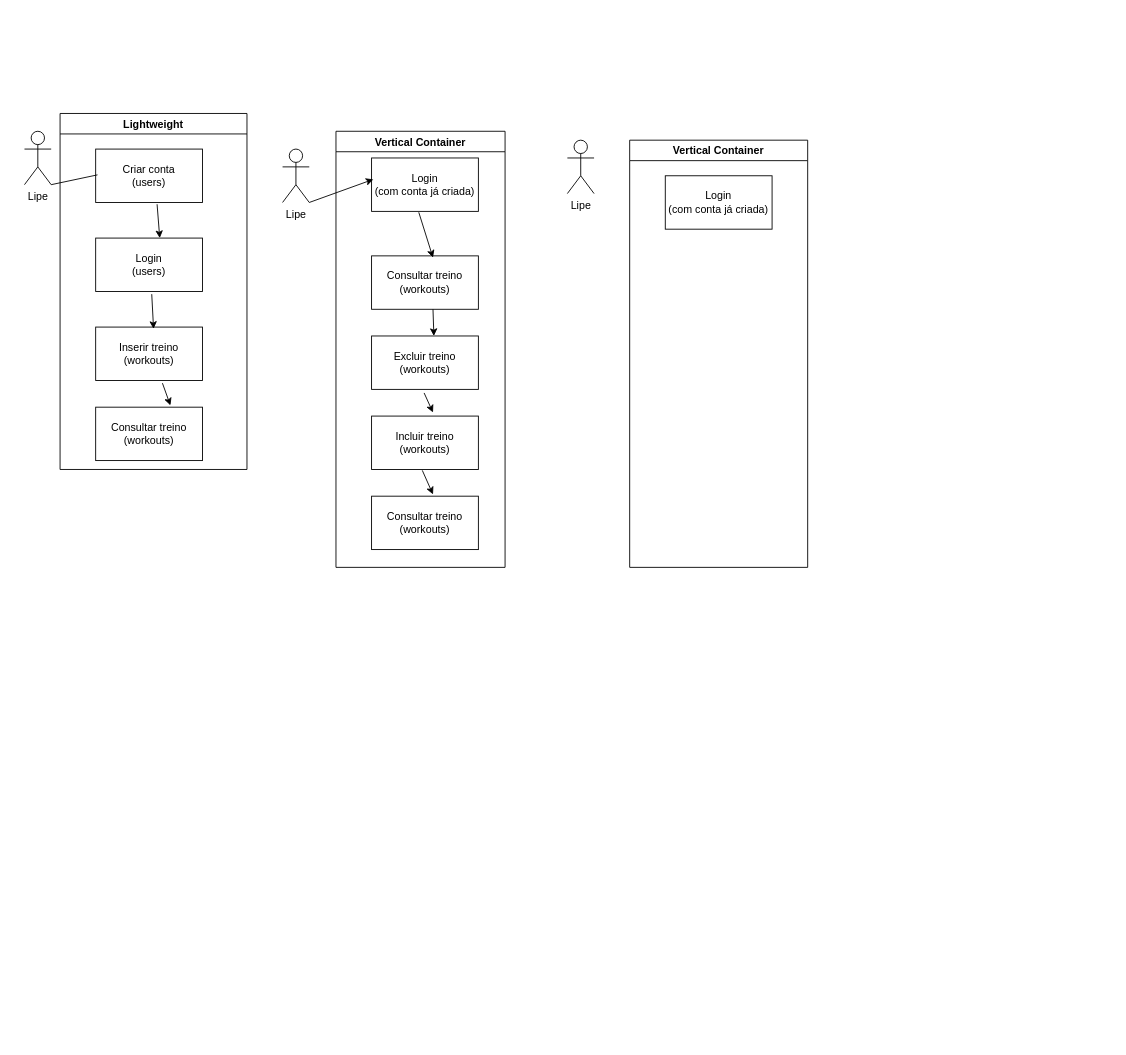
The draw.io diagram Docs/Database/Untitled Diagram.drawio in Guilherme-Lopes-dev/Lightweight, before the edit. Source tidied: cells renumbered, new cells numbered last; positions are measured from the earlier drawing's top-left corner, leaving out a move shared by most shapes. Both pictures are drawn from the tidied source at 89%, with x=0, y=0 at pixel (24, 113).
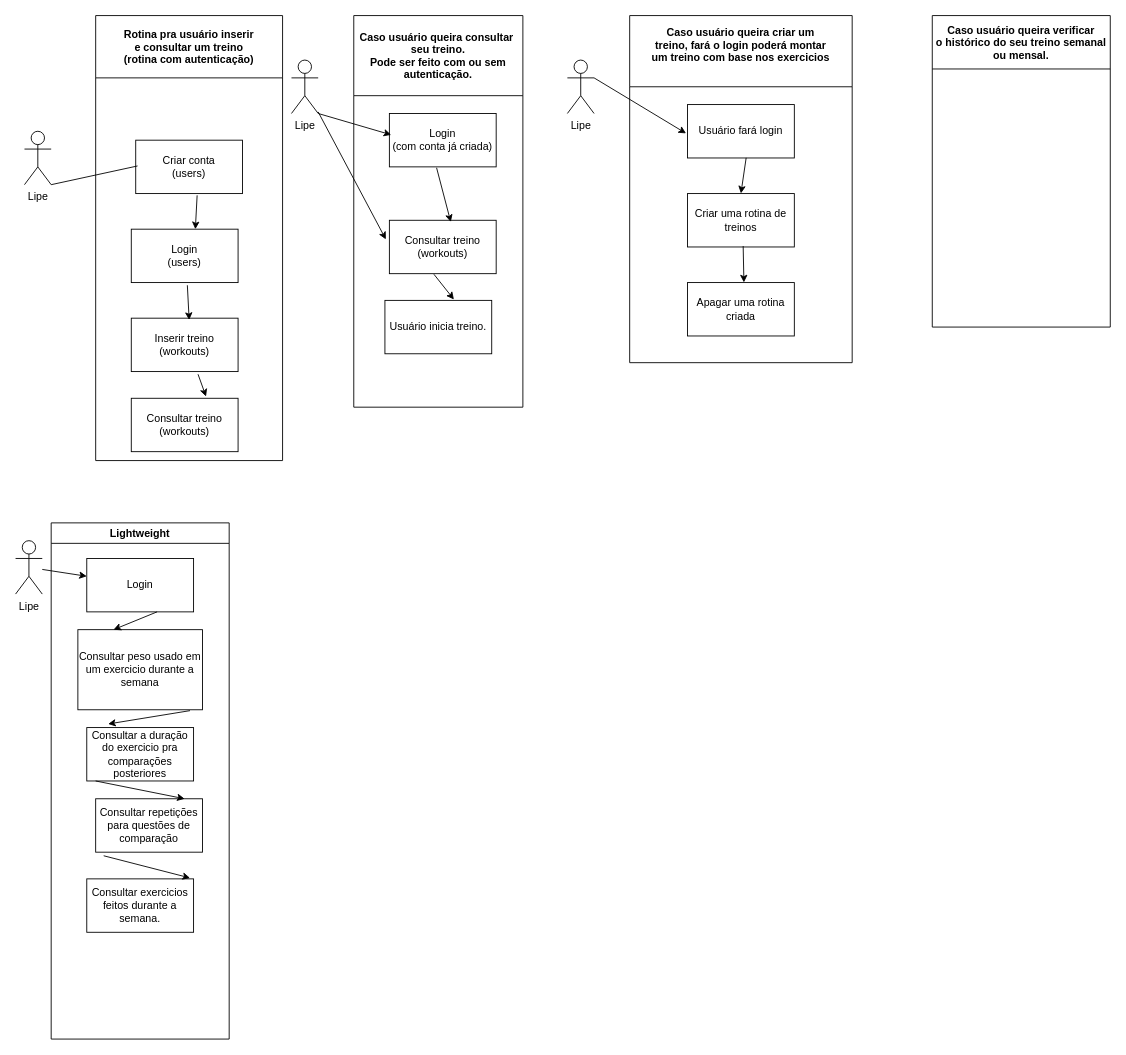
The same page after the edit.

Change to the diagram source:
```diff
@@
-    <mxCell id="3" value="Lightweight" style="swimlane;" parent="1" vertex="1">
-      <mxGeometry x="40" width="210" height="400" as="geometry" />
+    <mxCell id="3" value="Rotina pra usuário inserir&#10;e consultar um treino&#10;(rotina com autenticação)" style="swimlane;startSize=70;" parent="1" vertex="1">
+      <mxGeometry x="80" y="-110" width="210" height="500" as="geometry" />
     </mxCell>
     <mxCell id="4" value="Inserir treino&lt;br&gt;(workouts)&lt;br&gt;" style="rounded=0;whiteSpace=wrap;html=1;" parent="3" vertex="1">
-      <mxGeometry x="40" y="240" width="120" height="60" as="geometry" />
+      <mxGeometry x="40" y="340" width="120" height="60" as="geometry" />
     </mxCell>
     <mxCell id="5" value="Consultar treino&lt;br&gt;(workouts)" style="rounded=0;whiteSpace=wrap;html=1;" parent="3" vertex="1">
-      <mxGeometry x="40" y="330" width="120" height="60" as="geometry" />
+      <mxGeometry x="40" y="430" width="120" height="60" as="geometry" />
     </mxCell>
@@
     <mxCell id="7" value="Criar conta&lt;br&gt;(users)" style="rounded=0;whiteSpace=wrap;html=1;" parent="3" vertex="1">
-      <mxGeometry x="40" y="40" width="120" height="60" as="geometry" />
+      <mxGeometry x="45" y="140" width="120" height="60" as="geometry" />
     </mxCell>
     <mxCell id="8" value="Login&lt;br&gt;(users)" style="rounded=0;whiteSpace=wrap;html=1;" parent="3" vertex="1">
-      <mxGeometry x="40" y="140" width="120" height="60" as="geometry" />
+      <mxGeometry x="40" y="240" width="120" height="60" as="geometry" />
     </mxCell>
@@
     <mxCell id="12" value="Lipe&lt;br&gt;" style="shape=umlActor;verticalLabelPosition=bottom;verticalAlign=top;html=1;outlineConnect=0;" parent="1" vertex="1">
-      <mxGeometry x="290" y="40" width="30" height="60" as="geometry" />
+      <mxGeometry x="300" y="-60" width="30" height="60" as="geometry" />
     </mxCell>
-    <mxCell id="13" value="Vertical Container" style="swimlane;" parent="1" vertex="1">
-      <mxGeometry x="350" y="20" width="190" height="490" as="geometry" />
+    <mxCell id="13" value="Caso usuário queira consultar &#10;seu treino.&#10;Pode ser feito com ou sem&#10;autenticação." style="swimlane;startSize=90;" parent="1" vertex="1">
+      <mxGeometry x="370" y="-110" width="190" height="440" as="geometry" />
     </mxCell>
     <mxCell id="14" value="Login&lt;br&gt;(com conta já criada)&lt;br&gt;" style="rounded=0;whiteSpace=wrap;html=1;" parent="13" vertex="1">
-      <mxGeometry x="40" y="30" width="120" height="60" as="geometry" />
+      <mxGeometry x="40" y="110" width="120" height="60" as="geometry" />
     </mxCell>
     <mxCell id="15" value="Consultar treino&lt;br&gt;(workouts)" style="rounded=0;whiteSpace=wrap;html=1;" parent="13" vertex="1">
-      <mxGeometry x="40" y="140" width="120" height="60" as="geometry" />
+      <mxGeometry x="40" y="230" width="120" height="60" as="geometry" />
     </mxCell>
-    <mxCell id="16" value="Excluir treino&lt;br&gt;(workouts)" style="rounded=0;whiteSpace=wrap;html=1;" parent="13" vertex="1">
-      <mxGeometry x="40" y="230" width="120" height="60" as="geometry" />
-    </mxCell>
-    <mxCell id="17" value="Incluir treino&lt;br&gt;(workouts)" style="rounded=0;whiteSpace=wrap;html=1;" parent="13" vertex="1">
-      <mxGeometry x="40" y="320" width="120" height="60" as="geometry" />
-    </mxCell>
-    <mxCell id="18" value="Consultar treino&lt;br&gt;(workouts)" style="rounded=0;whiteSpace=wrap;html=1;" parent="13" vertex="1">
-      <mxGeometry x="40" y="410" width="120" height="60" as="geometry" />
-    </mxCell>
@@
-    <mxCell id="20" style="endArrow=classic;html=1;rounded=0;exitX=0.575;exitY=1;exitDx=0;exitDy=0;exitPerimeter=0;" parent="13" edge="1" source="15">
-      <mxGeometry relative="1" as="geometry">
-        <mxPoint x="110" y="230" as="targetPoint" />
-        <Array as="points">
-          <mxPoint x="110" y="230" />
-        </Array>
-      </mxGeometry>
-    </mxCell>
-    <mxCell id="21" style="endArrow=classic;html=1;rounded=0;exitX=0.492;exitY=1.067;exitDx=0;exitDy=0;exitPerimeter=0;entryX=0.575;entryY=-0.067;entryDx=0;entryDy=0;entryPerimeter=0;" parent="13" edge="1" source="16" target="17">
-      <mxGeometry relative="1" as="geometry" />
-    </mxCell>
-    <mxCell id="22" style="endArrow=classic;html=1;rounded=0;exitX=0.475;exitY=1.017;exitDx=0;exitDy=0;exitPerimeter=0;entryX=0.575;entryY=-0.033;entryDx=0;entryDy=0;entryPerimeter=0;" parent="13" edge="1" source="17" target="18">
-      <mxGeometry relative="1" as="geometry" />
-    </mxCell>
+    <mxCell id="27" value="Usuário inicia treino." style="rounded=0;whiteSpace=wrap;html=1;" parent="13" vertex="1">
+      <mxGeometry x="35" y="320" width="120" height="60" as="geometry" />
+    </mxCell>
+    <mxCell id="28" style="endArrow=classic;html=1;rounded=0;exitX=0.417;exitY=1.011;exitDx=0;exitDy=0;exitPerimeter=0;entryX=0.646;entryY=-0.017;entryDx=0;entryDy=0;entryPerimeter=0;" parent="13" edge="1" source="15" target="27">
+      <mxGeometry relative="1" as="geometry" />
+    </mxCell>
@@
-    <mxCell id="24" value="Lipe&lt;br&gt;" style="shape=umlActor;verticalLabelPosition=bottom;verticalAlign=top;html=1;" parent="1" vertex="1">
-      <mxGeometry x="610" y="30" width="30" height="60" as="geometry" />
-    </mxCell>
-    <mxCell id="25" value="Vertical Container" style="swimlane;" parent="1" vertex="1">
-      <mxGeometry x="680" y="30" width="200" height="480" as="geometry" />
-    </mxCell>
-    <mxCell id="26" value="Login&lt;br&gt;(com conta já criada)" style="rounded=0;whiteSpace=wrap;html=1;" parent="25" vertex="1">
-      <mxGeometry x="40" y="40" width="120" height="60" as="geometry" />
-    </mxCell>
+    <mxCell id="29" value="Lipe&lt;br&gt;" style="shape=umlActor;verticalLabelPosition=bottom;verticalAlign=top;html=1;outlineConnect=0;" parent="1" vertex="1">
+      <mxGeometry x="-10" y="480" width="30" height="60" as="geometry" />
+    </mxCell>
+    <mxCell id="30" value="Lightweight" style="swimlane;startSize=23;" parent="1" vertex="1">
+      <mxGeometry x="30" y="460" width="200" height="580" as="geometry" />
+    </mxCell>
+    <mxCell id="31" value="Login" style="rounded=0;whiteSpace=wrap;html=1;" parent="30" vertex="1">
+      <mxGeometry x="40" y="40" width="120" height="60" as="geometry" />
+    </mxCell>
+    <mxCell id="32" value="Consultar peso usado em um exercicio durante a semana&lt;br&gt;" style="rounded=0;whiteSpace=wrap;html=1;" parent="30" vertex="1">
+      <mxGeometry x="30" y="120" width="140" height="90" as="geometry" />
+    </mxCell>
+    <mxCell id="33" value="Consultar a duração do exercicio pra comparações posteriores" style="rounded=0;whiteSpace=wrap;html=1;" parent="30" vertex="1">
+      <mxGeometry x="40" y="230" width="120" height="60" as="geometry" />
+    </mxCell>
+    <mxCell id="34" value="Consultar repetições para questões de comparação" style="rounded=0;whiteSpace=wrap;html=1;" parent="30" vertex="1">
+      <mxGeometry x="50" y="310" width="120" height="60" as="geometry" />
+    </mxCell>
+    <mxCell id="35" value="Consultar exercicios feitos durante a semana." style="rounded=0;whiteSpace=wrap;html=1;" parent="30" vertex="1">
+      <mxGeometry x="40" y="400" width="120" height="60" as="geometry" />
+    </mxCell>
+    <mxCell id="36" style="endArrow=classic;html=1;rounded=0;exitX=0.658;exitY=1;exitDx=0;exitDy=0;exitPerimeter=0;entryX=0.286;entryY=0;entryDx=0;entryDy=0;entryPerimeter=0;" parent="30" edge="1" source="31" target="32">
+      <mxGeometry relative="1" as="geometry" />
+    </mxCell>
+    <mxCell id="37" style="endArrow=classic;html=1;rounded=0;exitX=0.9;exitY=1.011;exitDx=0;exitDy=0;exitPerimeter=0;entryX=0.2;entryY=-0.067;entryDx=0;entryDy=0;entryPerimeter=0;" parent="30" edge="1" source="32" target="33">
+      <mxGeometry relative="1" as="geometry" />
+    </mxCell>
+    <mxCell id="38" style="endArrow=classic;html=1;rounded=0;exitX=0.083;exitY=1;exitDx=0;exitDy=0;exitPerimeter=0;entryX=0.833;entryY=0;entryDx=0;entryDy=0;entryPerimeter=0;" parent="30" edge="1" source="33" target="34">
+      <mxGeometry relative="1" as="geometry" />
+    </mxCell>
+    <mxCell id="39" style="endArrow=classic;html=1;rounded=0;entryX=0.967;entryY=-0.017;entryDx=0;entryDy=0;entryPerimeter=0;exitX=0.075;exitY=1.067;exitDx=0;exitDy=0;exitPerimeter=0;" parent="30" edge="1" source="34" target="35">
+      <mxGeometry relative="1" as="geometry" />
+    </mxCell>
+    <mxCell id="40" style="endArrow=classic;html=1;rounded=0;" parent="1" edge="1" source="29">
+      <mxGeometry relative="1" as="geometry">
+        <mxPoint x="70" y="520" as="targetPoint" />
+      </mxGeometry>
+    </mxCell>
+    <mxCell id="41" value="Caso usuário queira criar um&#10;treino, fará o login poderá montar&#10;um treino com base nos exercicios&#10;" style="swimlane;startSize=80;" parent="1" vertex="1">
+      <mxGeometry x="680" y="-110" width="250" height="390" as="geometry" />
+    </mxCell>
+    <mxCell id="42" value="Usuário fará login" style="rounded=0;whiteSpace=wrap;html=1;gradientColor=none;" parent="41" vertex="1">
+      <mxGeometry x="65" y="100" width="120" height="60" as="geometry" />
+    </mxCell>
+    <mxCell id="43" value="Criar uma rotina de treinos" style="rounded=0;whiteSpace=wrap;html=1;" parent="41" vertex="1">
+      <mxGeometry x="65" y="200" width="120" height="60" as="geometry" />
+    </mxCell>
+    <mxCell id="44" value="Apagar uma rotina criada" style="rounded=0;whiteSpace=wrap;html=1;" parent="41" vertex="1">
+      <mxGeometry x="65" y="300" width="120" height="60" as="geometry" />
+    </mxCell>
+    <mxCell id="45" style="endArrow=classic;html=1;rounded=0;exitX=0.549;exitY=0.997;exitDx=0;exitDy=0;exitPerimeter=0;entryX=0.5;entryY=-0.003;entryDx=0;entryDy=0;entryPerimeter=0;" parent="41" edge="1" source="42" target="43">
+      <mxGeometry relative="1" as="geometry" />
+    </mxCell>
+    <mxCell id="46" style="endArrow=classic;html=1;rounded=0;exitX=0.521;exitY=0.983;exitDx=0;exitDy=0;exitPerimeter=0;entryX=0.528;entryY=-0.003;entryDx=0;entryDy=0;entryPerimeter=0;" parent="41" edge="1" source="43" target="44">
+      <mxGeometry relative="1" as="geometry" />
+    </mxCell>
+    <mxCell id="47" style="endArrow=classic;html=1;rounded=0;entryX=-0.033;entryY=0.358;entryDx=0;entryDy=0;entryPerimeter=0;" parent="1" edge="1" source="12" target="15">
+      <mxGeometry relative="1" as="geometry" />
+    </mxCell>
+    <mxCell id="48" value="Lipe&lt;br&gt;" style="shape=umlActor;verticalLabelPosition=bottom;verticalAlign=top;html=1;outlineConnect=0;" parent="1" vertex="1">
+      <mxGeometry x="610" y="-60" width="30" height="60" as="geometry" />
+    </mxCell>
+    <mxCell id="49" style="endArrow=classic;html=1;rounded=0;exitX=1;exitY=0.3333333333333333;exitDx=0;exitDy=0;exitPerimeter=0;entryX=-0.014;entryY=0.539;entryDx=0;entryDy=0;entryPerimeter=0;" parent="1" edge="1" source="48" target="42">
+      <mxGeometry relative="1" as="geometry" />
+    </mxCell>
+    <mxCell id="50" value="Caso usuário queira verificar&#10;o histórico do seu treino semanal&#10;ou mensal." style="swimlane;rounded=0;gradientColor=none;startSize=60;" parent="1" vertex="1">
+      <mxGeometry x="1020" y="-110" width="200" height="350" as="geometry" />
+    </mxCell>
```
